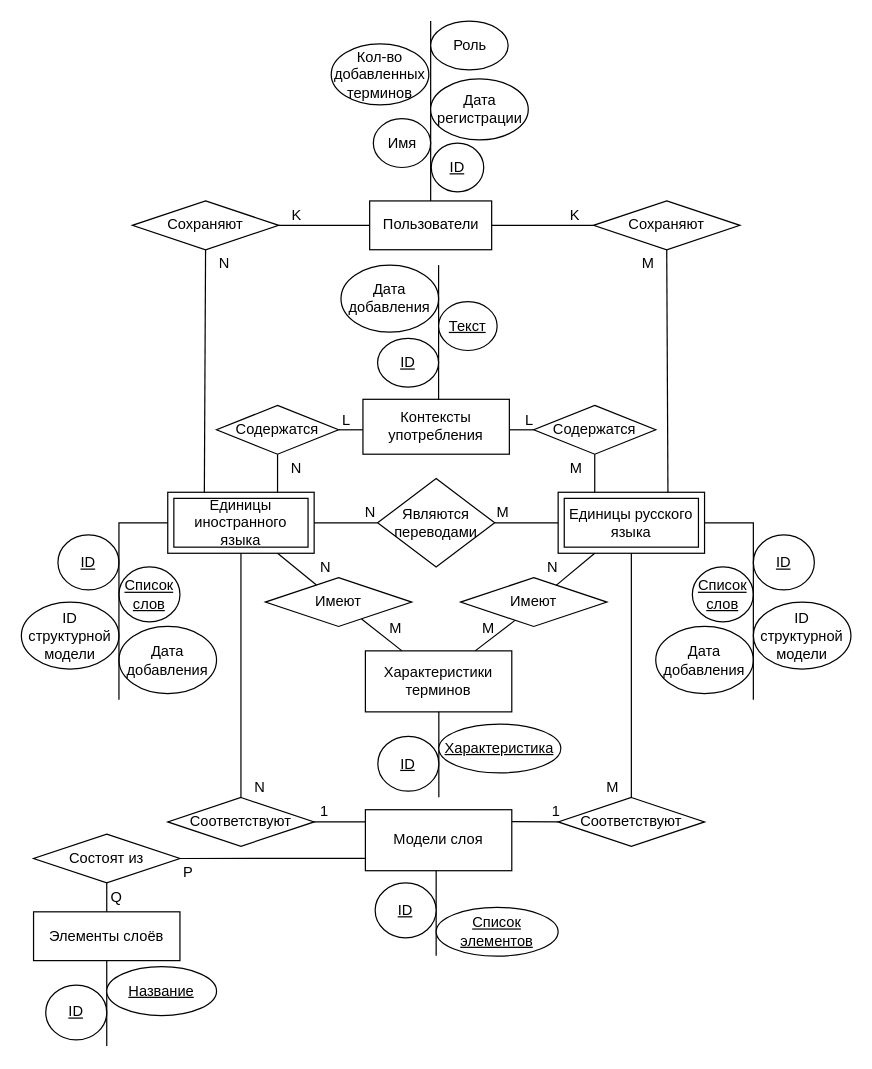
Above: docs/tex/img/ER/ER.drawio in Inspirate789/Thermy-backend (draw.io), before the change. Source tidied: cells renumbered, new cells numbered last; positions are measured from the earlier drawing's top-left corner, leaving out a move shared by most shapes. Both pictures are drawn from the tidied source at 122%, with x=0, y=0 at pixel (21, 21).
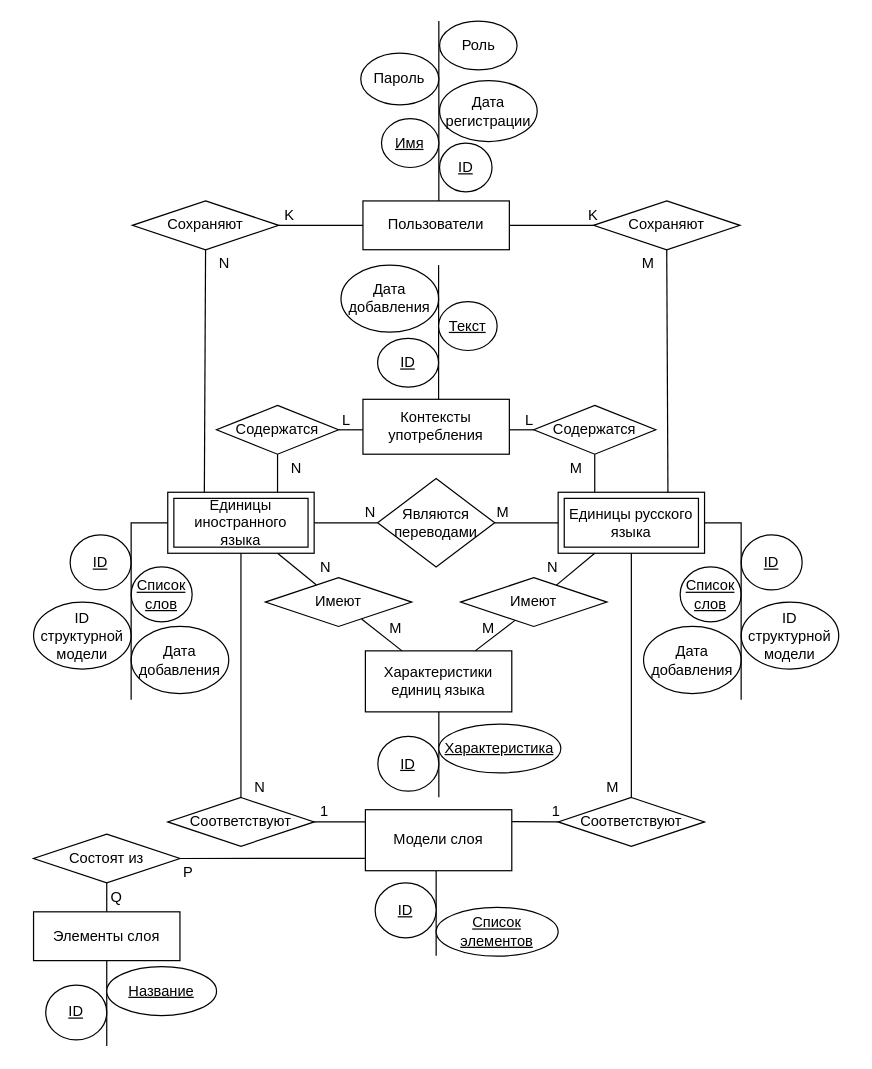
The same diagram, later.

Unchanged cells that the change refers to:
```xml
<mxCell id="2" value="Единицы иностранного языка" style="shape=ext;margin=3;double=1;whiteSpace=wrap;html=1;align=center;" parent="1" vertex="1">
  <mxGeometry x="120" y="386" width="120" height="50" as="geometry" />
</mxCell>
<mxCell id="3" value="Единицы русского языка" style="shape=ext;margin=3;double=1;whiteSpace=wrap;html=1;align=center;" parent="1" vertex="1">
  <mxGeometry x="440" y="386" width="120" height="50" as="geometry" />
</mxCell>
```

Diff of the diagram source:
```diff
@@
     <mxCell id="16" value="Пользователи" style="whiteSpace=wrap;html=1;align=center;" parent="1" vertex="1">
-      <mxGeometry x="285.5" y="147.2" width="100" height="40" as="geometry" />
+      <mxGeometry x="280" y="147.2" width="120" height="40" as="geometry" />
     </mxCell>
@@
     <mxCell id="32" value="Список слов" style="ellipse;whiteSpace=wrap;html=1;align=center;fontStyle=4;direction=south;" parent="1" vertex="1">
-      <mxGeometry x="80" y="447.2" width="50" height="45" as="geometry" />
+      <mxGeometry x="90" y="447.2" width="50" height="45" as="geometry" />
     </mxCell>
     <mxCell id="33" value="ID структурной&lt;br&gt;модели" style="ellipse;whiteSpace=wrap;html=1;align=center;" parent="1" vertex="1">
-      <mxGeometry y="476" width="80" height="55" as="geometry" />
+      <mxGeometry x="10" y="476" width="80" height="55" as="geometry" />
     </mxCell>
     <mxCell id="34" style="line;strokeWidth=1;dashed=0;labelPosition=right;align=left;verticalAlign=middle;spacingTop=0;spacingLeft=6;direction=south;" parent="1" vertex="1">
-      <mxGeometry x="330.5" y="-0.2" width="10" height="147.5" as="geometry" />
+      <mxGeometry x="337.2" y="-0.2" width="10" height="147.5" as="geometry" />
     </mxCell>
     <mxCell id="35" value="ID" style="ellipse;whiteSpace=wrap;html=1;align=center;fontStyle=4;" parent="1" vertex="1">
-      <mxGeometry x="336" y="99.8" width="43" height="40" as="geometry" />
+      <mxGeometry x="342.8" y="99.8" width="43" height="40" as="geometry" />
     </mxCell>
@@
     <mxCell id="50" value="ID" style="ellipse;whiteSpace=wrap;html=1;align=center;fontStyle=4;direction=south;" parent="1" vertex="1">
-      <mxGeometry x="30" y="421" width="50" height="45" as="geometry" />
+      <mxGeometry x="40" y="421" width="50" height="45" as="geometry" />
     </mxCell>
-    <mxCell id="51" value="Кол-во&lt;br&gt;добавленных терминов" style="ellipse;whiteSpace=wrap;html=1;align=center;" parent="1" vertex="1">
-      <mxGeometry x="254" y="18.5" width="80" height="50" as="geometry" />
+    <mxCell id="51" value="Пароль" style="ellipse;whiteSpace=wrap;html=1;align=center;" parent="1" vertex="1">
+      <mxGeometry x="278.2" y="26" width="64" height="42.5" as="geometry" />
     </mxCell>
     <mxCell id="52" value="Дата регистрации" style="ellipse;whiteSpace=wrap;html=1;align=center;" parent="1" vertex="1">
-      <mxGeometry x="335.5" y="47.2" width="80" height="50" as="geometry" />
+      <mxGeometry x="342.8" y="48.5" width="80" height="50" as="geometry" />
     </mxCell>
     <mxCell id="53" value="Дата добавления" style="ellipse;whiteSpace=wrap;html=1;align=center;" parent="1" vertex="1">
-      <mxGeometry x="80" y="496" width="80" height="55" as="geometry" />
+      <mxGeometry x="90" y="496" width="80" height="55" as="geometry" />
     </mxCell>
@@
-    <mxCell id="55" value="Элементы слоёв" style="whiteSpace=wrap;html=1;align=center;" parent="1" vertex="1">
+    <mxCell id="55" value="Элементы слоя" style="whiteSpace=wrap;html=1;align=center;" parent="1" vertex="1">
       <mxGeometry x="10" y="729.9" width="120" height="40" as="geometry" />
     </mxCell>
@@
-    <mxCell id="64" value="Имя" style="ellipse;whiteSpace=wrap;html=1;align=center;" parent="1" vertex="1">
-      <mxGeometry x="288.5" y="79.8" width="47" height="40" as="geometry" />
+    <mxCell id="64" value="&lt;u&gt;Имя&lt;/u&gt;" style="ellipse;whiteSpace=wrap;html=1;align=center;" parent="1" vertex="1">
+      <mxGeometry x="295.2" y="79.8" width="47" height="40" as="geometry" />
     </mxCell>
@@
     <mxCell id="67" value="Роль" style="ellipse;whiteSpace=wrap;html=1;align=center;" parent="1" vertex="1">
-      <mxGeometry x="335.5" y="-0.2" width="63.5" height="40" as="geometry" />
+      <mxGeometry x="342.8" y="-0.2" width="63.5" height="40" as="geometry" />
     </mxCell>
-    <mxCell id="68" value="Характеристики терминов" style="whiteSpace=wrap;html=1;align=center;" parent="1" vertex="1">
+    <mxCell id="68" value="Характеристики единиц языка" style="whiteSpace=wrap;html=1;align=center;" parent="1" vertex="1">
       <mxGeometry x="282" y="516" width="120" height="50" as="geometry" />
     </mxCell>
@@
     <mxCell id="82" style="endArrow=none;html=1;rounded=0;entryX=0;entryY=0.5;entryDx=0;entryDy=0;" parent="1" edge="1" target="2">
       <mxGeometry relative="1" as="geometry">
-        <mxPoint x="80" y="556" as="sourcePoint" />
+        <mxPoint x="90" y="556" as="sourcePoint" />
         <Array as="points">
-          <mxPoint x="80" y="411" />
+          <mxPoint x="90" y="411" />
         </Array>
       </mxGeometry>
     </mxCell>
     <mxCell id="83" value="Список слов" style="ellipse;whiteSpace=wrap;html=1;align=center;fontStyle=4;direction=south;" parent="1" vertex="1">
-      <mxGeometry x="550" y="447.2" width="50" height="45" as="geometry" />
+      <mxGeometry x="540" y="447.2" width="50" height="45" as="geometry" />
     </mxCell>
     <mxCell id="84" value="ID структурной&lt;br&gt;модели" style="ellipse;whiteSpace=wrap;html=1;align=center;" parent="1" vertex="1">
-      <mxGeometry x="600" y="476" width="80" height="55" as="geometry" />
+      <mxGeometry x="590" y="476" width="80" height="55" as="geometry" />
     </mxCell>
     <mxCell id="85" value="ID" style="ellipse;whiteSpace=wrap;html=1;align=center;fontStyle=4;direction=south;" parent="1" vertex="1">
-      <mxGeometry x="600" y="421" width="50" height="45" as="geometry" />
+      <mxGeometry x="590" y="421" width="50" height="45" as="geometry" />
     </mxCell>
     <mxCell id="86" value="Дата добавления" style="ellipse;whiteSpace=wrap;html=1;align=center;" parent="1" vertex="1">
-      <mxGeometry x="520" y="496" width="80" height="55" as="geometry" />
+      <mxGeometry x="510" y="496" width="80" height="55" as="geometry" />
     </mxCell>
     <mxCell id="87" style="endArrow=none;html=1;rounded=0;entryX=1;entryY=0.5;entryDx=0;entryDy=0;" parent="1" edge="1" target="3">
       <mxGeometry relative="1" as="geometry">
-        <mxPoint x="600" y="556" as="sourcePoint" />
+        <mxPoint x="590" y="556" as="sourcePoint" />
         <Array as="points">
-          <mxPoint x="600" y="411" />
+          <mxPoint x="590" y="411" />
         </Array>
       </mxGeometry>
     </mxCell>
```
